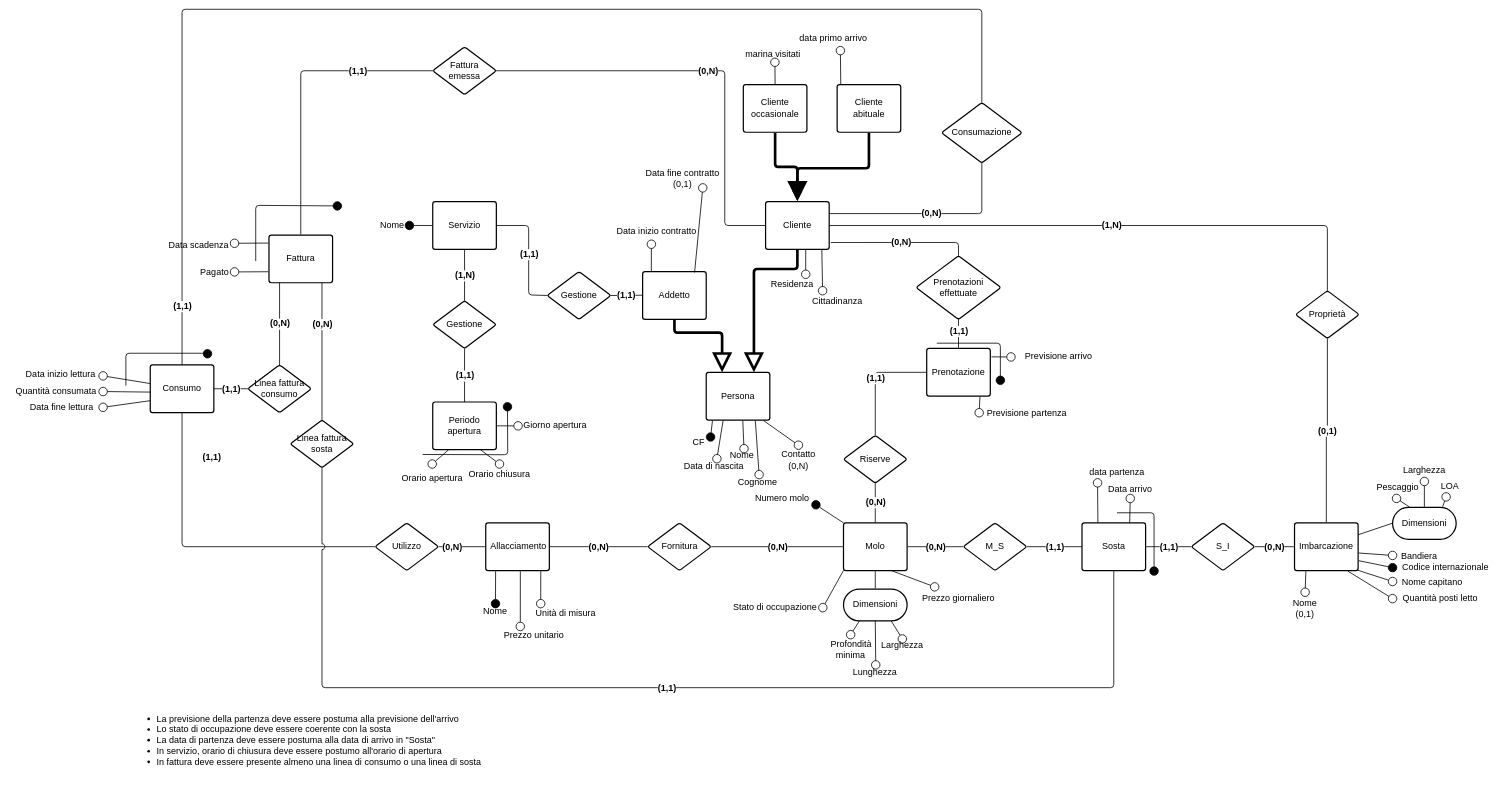
Before: page "Concettuale ridotto" (4 of 5) of src_relazione_tex/Er.drawio in alessandro-massarenti/Progetto-basi-di-dati-2022, a draw.io diagram. Source tidied: cells renumbered, new cells numbered last; positions are measured from the earlier drawing's top-left corner, leaving out a move shared by most shapes. Both pictures are drawn from the tidied source at 53%, with x=0, y=0 at pixel (9, 9).
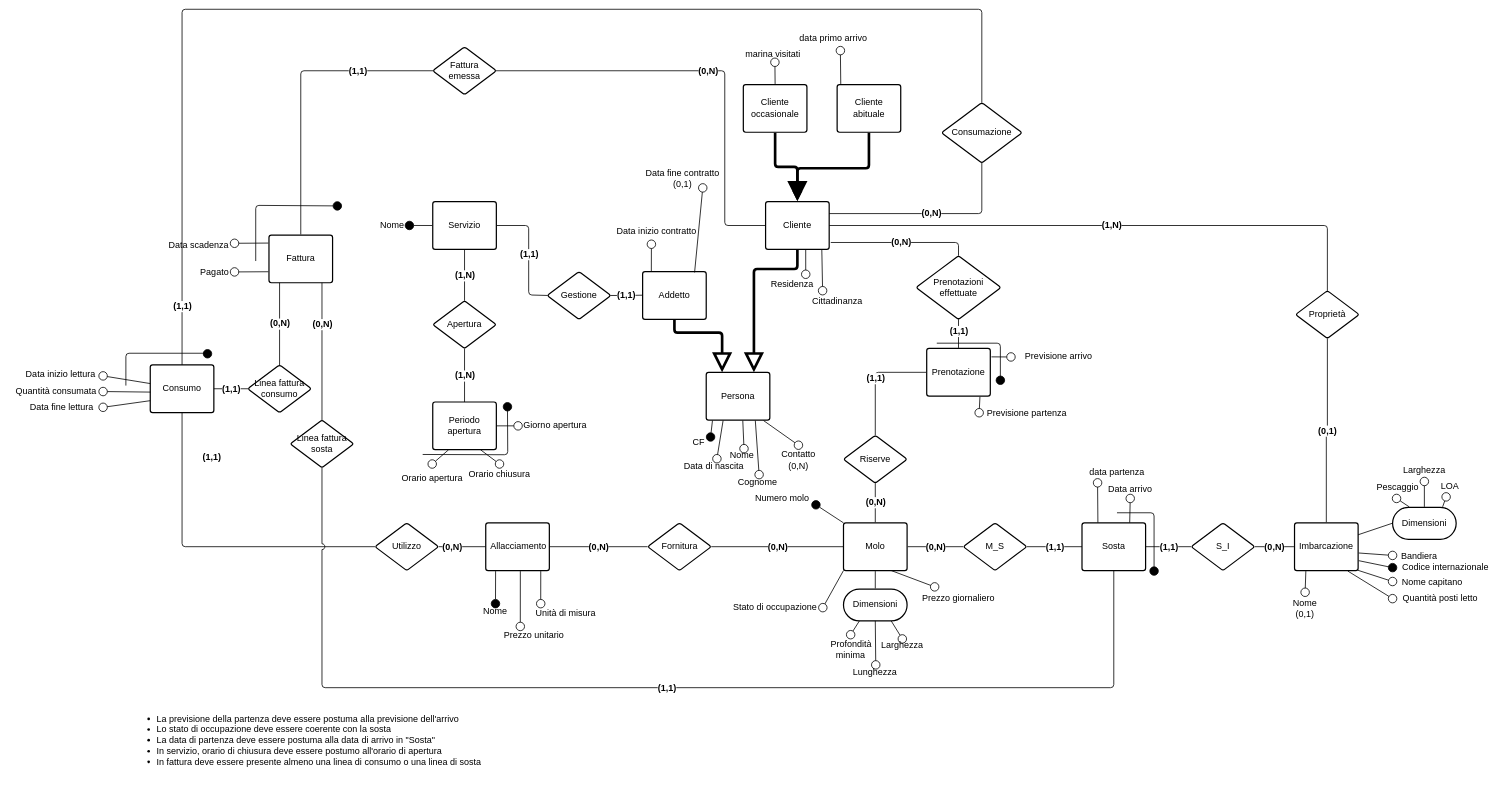
The same page after the edit.

Unchanged cells that the change refers to:
```xml
<mxCell id="167" style="html=1;jettySize=18;whiteSpace=wrap;fontSize=17;strokeColor=#000000;strokeWidth=1.5;rounded=1;arcSize=12;edgeStyle=orthogonalEdgeStyle;startArrow=none;endArrow=none;exitX=0.5;exitY=1;entryX=0.5;entryY=0;exitDx=0;exitDy=0;entryDx=0;entryDy=0;" parent="1" edge="1" source="164" target="161">
  <mxGeometry relative="1" as="geometry" />
</mxCell>
```

Diff of the diagram source:
```diff
@@
-    <mxCell id="164" value="Gestione" style="html=1;overflow=block;blockSpacing=1;whiteSpace=wrap;rhombus;fontSize=17;fontColor=#000000;spacing=3.8;strokeColor=#000000;strokeOpacity=100;rounded=1;absoluteArcSize=1;arcSize=9;strokeWidth=2.3;" parent="1" vertex="1">
+    <mxCell id="164" value="Apertura" style="html=1;overflow=block;blockSpacing=1;whiteSpace=wrap;rhombus;fontSize=17;fontColor=#000000;spacing=3.8;strokeColor=#000000;strokeOpacity=100;rounded=1;absoluteArcSize=1;arcSize=9;strokeWidth=2.3;" parent="1" vertex="1">
       <mxGeometry x="799" y="550" width="120" height="90" as="geometry" />
     </mxCell>
@@
-    <mxCell id="168" value="(1,1)" style="text;html=1;labelBackgroundColor=default;align=center;verticalAlign=middle;fontStyle=1;fontColor=#000000;fontSize=17;" parent="167" vertex="1">
+    <mxCell id="168" value="(1,N)" style="text;html=1;labelBackgroundColor=default;align=center;verticalAlign=middle;fontStyle=1;fontColor=#000000;fontSize=17;" parent="167" vertex="1">
       <mxGeometry relative="1" as="geometry" />
     </mxCell>
```
